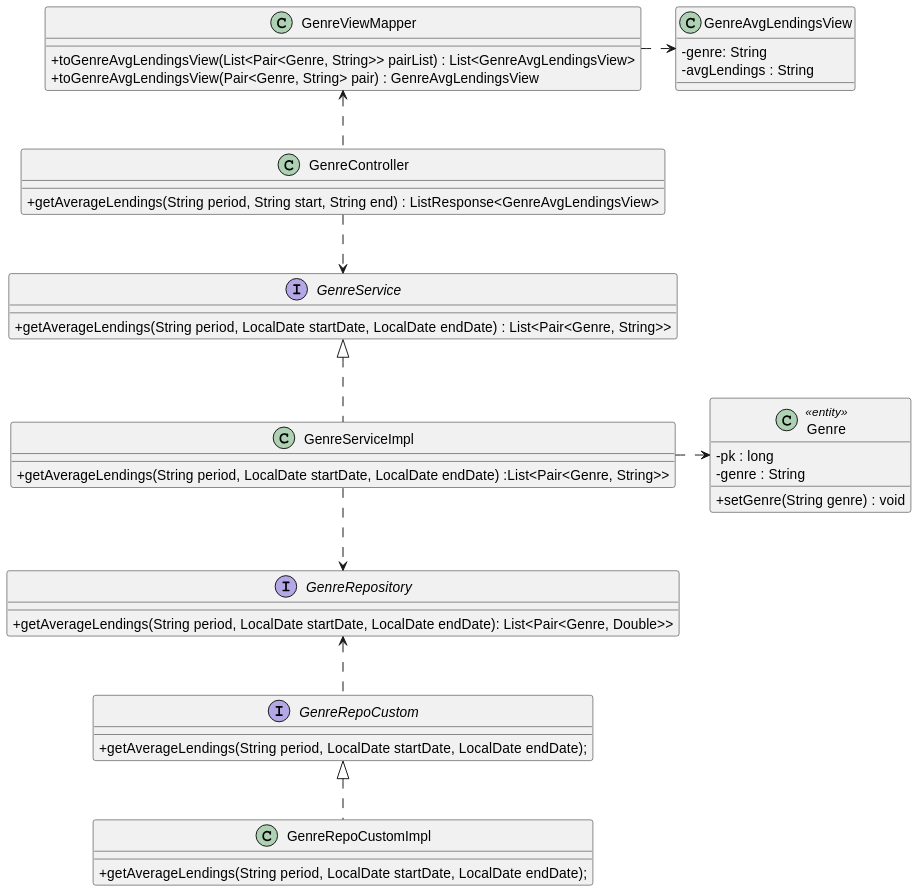
The PlantUML diagram Docs/Phase2/WP4B-Lendings/Ph2-14-GetAverageLendings/Ph2-14-GetAverageLendings-CD.svg in rutemf/1220944_1220772_G01, before a commit. Its diagram source:
```plantuml
@startuml
skinparam classAttributeIconSize 0

class GenreController {
    + getAverageLendings(String period, String start, String end) : ListResponse<GenreAvgLendingsView>
}

interface GenreRepoCustom {
    + getAverageLendings(String period, LocalDate startDate, LocalDate endDate);
}

class GenreRepoCustomImpl implements GenreRepoCustom {
    + getAverageLendings(String period, LocalDate startDate, LocalDate endDate);
}

interface GenreRepository {
    + getAverageLendings(String period, LocalDate startDate, LocalDate endDate): List<Pair<Genre, Double>>
}



interface GenreService {
    + getAverageLendings(String period, LocalDate startDate, LocalDate endDate) : List<Pair<Genre, String>>
}

class GenreServiceImpl implements GenreService{
    + getAverageLendings(String period, LocalDate startDate, LocalDate endDate) :List<Pair<Genre, String>>

}

class Genre <<entity>>{
    - pk : long
    - genre : String
    + setGenre(String genre) : void
}

class GenreViewMapper{
    + toGenreAvgLendingsView(List<Pair<Genre, String>> pairList) : List<GenreAvgLendingsView>
    + toGenreAvgLendingsView(Pair<Genre, String> pair) : GenreAvgLendingsView
}

class GenreAvgLendingsView{
    - genre: String
    - avgLendings : String
}

GenreServiceImpl .right.> Genre

GenreController ..> GenreService
GenreServiceImpl .down.> GenreRepository

GenreController .up.> GenreViewMapper
GenreViewMapper .right.> GenreAvgLendingsView

GenreRepoCustom .up.> GenreRepository
@enduml
```
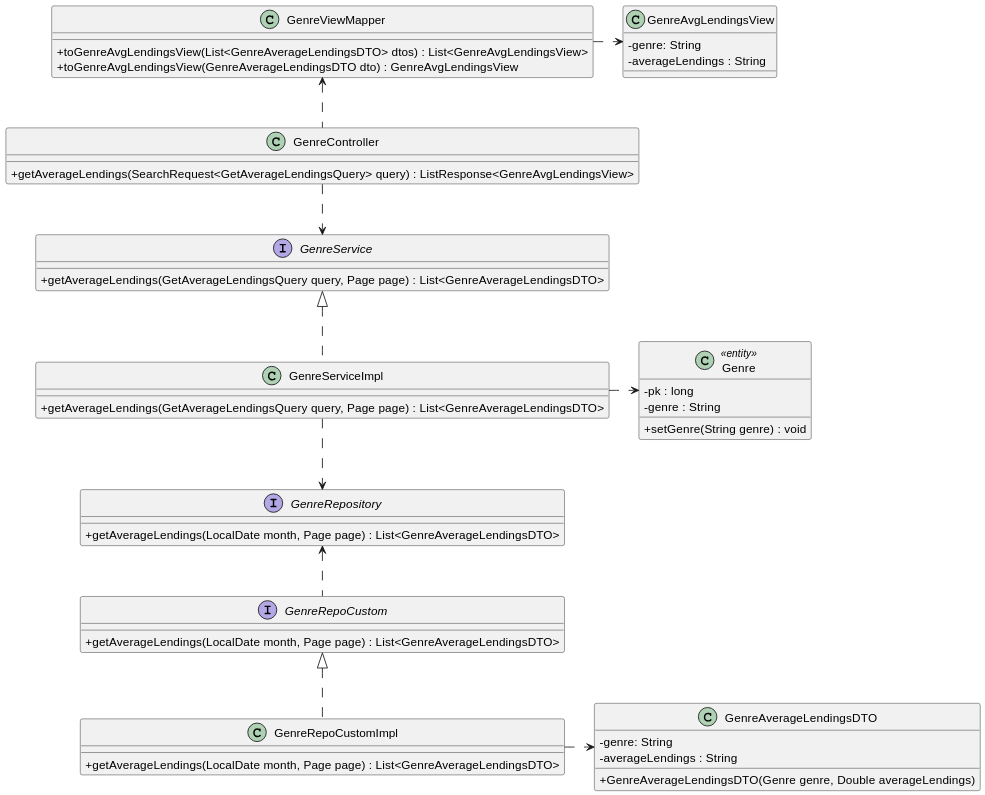
Later version of the same file.

Change to the diagram source:
```diff
@@ -2,30 +2,27 @@
 skinparam classAttributeIconSize 0
 
 class GenreController {
-    + getAverageLendings(String period, String start, String end) : ListResponse<GenreAvgLendingsView>
+    + getAverageLendings(SearchRequest<GetAverageLendingsQuery> query) : ListResponse<GenreAvgLendingsView>
+}
+
+interface GenreService {
+    + getAverageLendings(GetAverageLendingsQuery query, Page page) : List<GenreAverageLendingsDTO>
+}
+
+class GenreServiceImpl implements GenreService{
+    + getAverageLendings(GetAverageLendingsQuery query, Page page) : List<GenreAverageLendingsDTO>
+}
+
+interface GenreRepository {
+    + getAverageLendings(LocalDate month, Page page) : List<GenreAverageLendingsDTO>
 }
 
 interface GenreRepoCustom {
-    + getAverageLendings(String period, LocalDate startDate, LocalDate endDate);
+    + getAverageLendings(LocalDate month, Page page) : List<GenreAverageLendingsDTO>
 }
 
 class GenreRepoCustomImpl implements GenreRepoCustom {
-    + getAverageLendings(String period, LocalDate startDate, LocalDate endDate);
-}
-
-interface GenreRepository {
-    + getAverageLendings(String period, LocalDate startDate, LocalDate endDate): List<Pair<Genre, Double>>
-}
-
-
-
-interface GenreService {
-    + getAverageLendings(String period, LocalDate startDate, LocalDate endDate) : List<Pair<Genre, String>>
-}
-
-class GenreServiceImpl implements GenreService{
-    + getAverageLendings(String period, LocalDate startDate, LocalDate endDate) :List<Pair<Genre, String>>
-
+    + getAverageLendings(LocalDate month, Page page) : List<GenreAverageLendingsDTO>
 }
 
 class Genre <<entity>>{
@@ -35,13 +32,19 @@
 }
 
 class GenreViewMapper{
-    + toGenreAvgLendingsView(List<Pair<Genre, String>> pairList) : List<GenreAvgLendingsView>
-    + toGenreAvgLendingsView(Pair<Genre, String> pair) : GenreAvgLendingsView
+    + toGenreAvgLendingsView(List<GenreAverageLendingsDTO> dtos) : List<GenreAvgLendingsView>
+    + toGenreAvgLendingsView(GenreAverageLendingsDTO dto) : GenreAvgLendingsView
 }
 
 class GenreAvgLendingsView{
     - genre: String
-    - avgLendings : String
+    - averageLendings : String
+}
+
+class GenreAverageLendingsDTO{
+    - genre: String
+    - averageLendings : String
+    + GenreAverageLendingsDTO(Genre genre, Double averageLendings)
 }
 
 GenreServiceImpl .right.> Genre
@@ -53,4 +56,6 @@
 GenreViewMapper .right.> GenreAvgLendingsView
 
 GenreRepoCustom .up.> GenreRepository
+
+GenreRepoCustomImpl .right.> GenreAverageLendingsDTO
 @enduml
```
